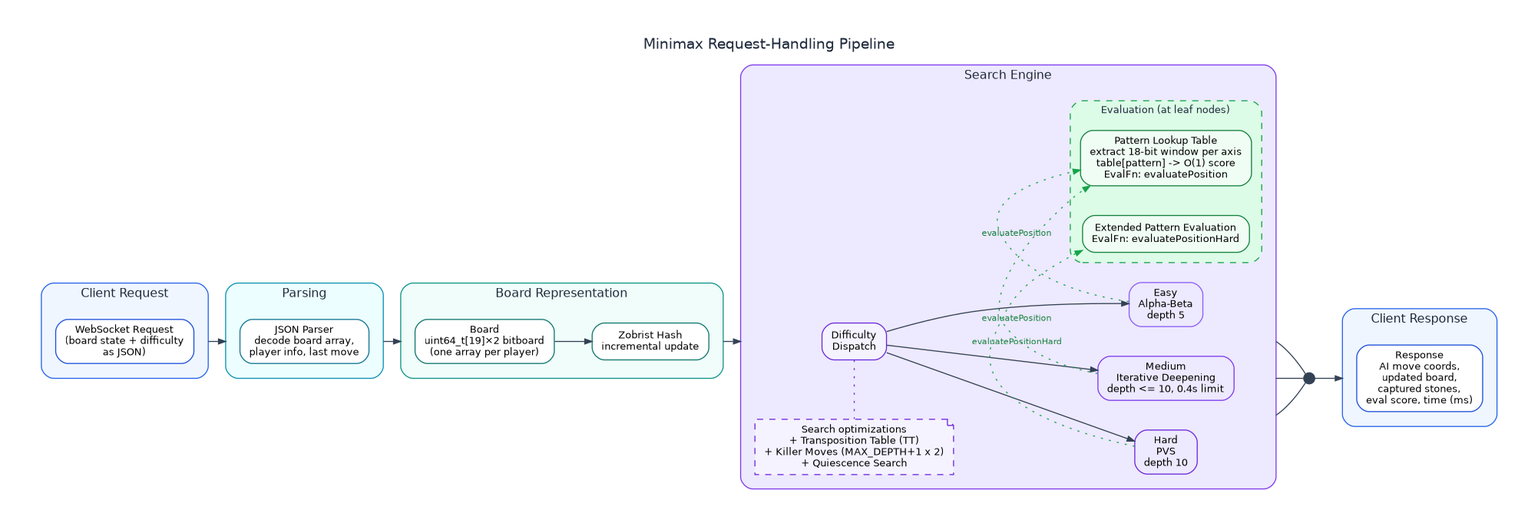
The Graphviz diagram front/public/images/diagrams/DIAGRAM_06.png in woolimi/gomoku, before a commit. Its source is kept beside it as front/public/images/diagrams/DIAGRAM_06.dot. The source it was exported from:
```dot
digraph MinimaxPipeline {
    rankdir=LR;
    graph [
        bgcolor="transparent"
        fontname="Helvetica"
        pad="0.45"
        nodesep="0.40"
        ranksep="0.50"
        compound=true
        newrank=true
        label="Minimax Request-Handling Pipeline"
        labelloc="t"
        labeljust="c"
        fontsize=14
        fontcolor="#1e293b"
    ];
    node [
        shape=box
        style="rounded,filled"
        fontname="Helvetica"
        fontsize=10
        margin="0.12,0.07"
        color="#334155"
        fillcolor="#ffffff"
    ];
    edge [
        color="#334155"
        arrowsize=0.7
        penwidth=1.0
        fontname="Helvetica"
        fontsize=9
    ];

    subgraph cluster_input {
        label="Client Request";
        fontsize=12;
        style="rounded";
        color="#2563eb";
        bgcolor="#eff6ff";
        margin=14;

        ws_req [label="WebSocket Request\n(board state + difficulty\nas JSON)", color="#1d4ed8", fillcolor="#ffffff"];
    }

    subgraph cluster_parse {
        label="Parsing";
        fontsize=12;
        style="rounded";
        color="#0891b2";
        bgcolor="#ecfeff";
        margin=14;

        json_parse [label="JSON Parser\ndecode board array,\nplayer info, last move", color="#0e7490", fillcolor="#ffffff"];
    }

    subgraph cluster_board {
        label="Board Representation";
        fontsize=12;
        style="rounded";
        color="#0d9488";
        bgcolor="#f0fdfa";
        margin=14;

        board [label="Board\nuint64_t[19]×2 bitboard\n(one array per player)", color="#0f766e", fillcolor="#ffffff"];
        zobrist [label="Zobrist Hash\nincremental update", color="#0f766e", fillcolor="#ffffff"];

        board -> zobrist;
    }

    subgraph cluster_search {
        label="Search Engine";
        fontsize=12;
        style="rounded";
        color="#7c3aed";
        bgcolor="#ede9fe";
        margin=14;

        diff_dispatch [label="Difficulty\nDispatch", color="#6d28d9", fillcolor="#f5f3ff"];

        easy [label="Easy\nAlpha-Beta\ndepth 5", color="#8b5cf6", fillcolor="#ede9fe"];
        medium [label="Medium\nIterative Deepening\ndepth <= 10, 0.4s limit", color="#7c3aed", fillcolor="#ede9fe"];
        hard [label="Hard\nPVS\ndepth 10", color="#6d28d9", fillcolor="#ede9fe"];

        diff_dispatch -> easy;
        diff_dispatch -> medium;
        diff_dispatch -> hard;

        search_opts [shape=note, style="dashed,filled", color="#6d28d9", fillcolor="#f5f3ff",
            label="Search optimizations\n+ Transposition Table (TT)\n+ Killer Moves (MAX_DEPTH+1 x 2)\n+ Quiescence Search"];
        diff_dispatch -> search_opts [arrowhead=none, style=dotted, color="#6d28d9", constraint=false];

        subgraph cluster_eval {
            label="Evaluation (at leaf nodes)";
            fontsize=10;
            style="rounded,dashed";
            color="#16a34a";
            bgcolor="#dcfce7";
            margin=10;

            eval_std [label="Pattern Lookup Table\nextract 18-bit window per axis\ntable[pattern] -> O(1) score\nEvalFn: evaluatePosition", color="#15803d", fillcolor="#f0fdf4"];
            eval_hard [label="Extended Pattern Evaluation\nEvalFn: evaluatePositionHard", color="#15803d", fillcolor="#f0fdf4"];
        }

        easy -> eval_std [style=dotted, color="#16a34a", fontcolor="#15803d", label="evaluatePosition", fontsize=8, constraint=false];
        medium -> eval_std [style=dotted, color="#16a34a", fontcolor="#15803d", label="evaluatePosition", fontsize=8, constraint=false];
        hard -> eval_hard [style=dotted, color="#16a34a", fontcolor="#15803d", label="evaluatePositionHard", fontsize=8, constraint=false];

        { rank=same; easy; medium; hard; eval_std; eval_hard; }
        { rank=same; diff_dispatch; search_opts; }
    }

    subgraph cluster_output {
        label="Client Response";
        fontsize=12;
        style="rounded";
        color="#2563eb";
        bgcolor="#eff6ff";
        margin=14;

        response [label="Response\nAI move coords,\nupdated board,\ncaptured stones,\neval score, time (ms)", color="#1d4ed8", fillcolor="#ffffff"];
    }

    ws_req -> json_parse [ltail=cluster_input, lhead=cluster_parse];
    json_parse -> board [ltail=cluster_parse, lhead=cluster_board];
    zobrist -> diff_dispatch [ltail=cluster_board, lhead=cluster_search];

    merge [shape=point, width=0.15, label="", color="#334155", fillcolor="#334155"];
    easy -> merge [ltail=cluster_search, dir=none];
    medium -> merge [ltail=cluster_search, dir=none];
    hard -> merge [ltail=cluster_search, dir=none];
    merge -> response [lhead=cluster_output];
}
```
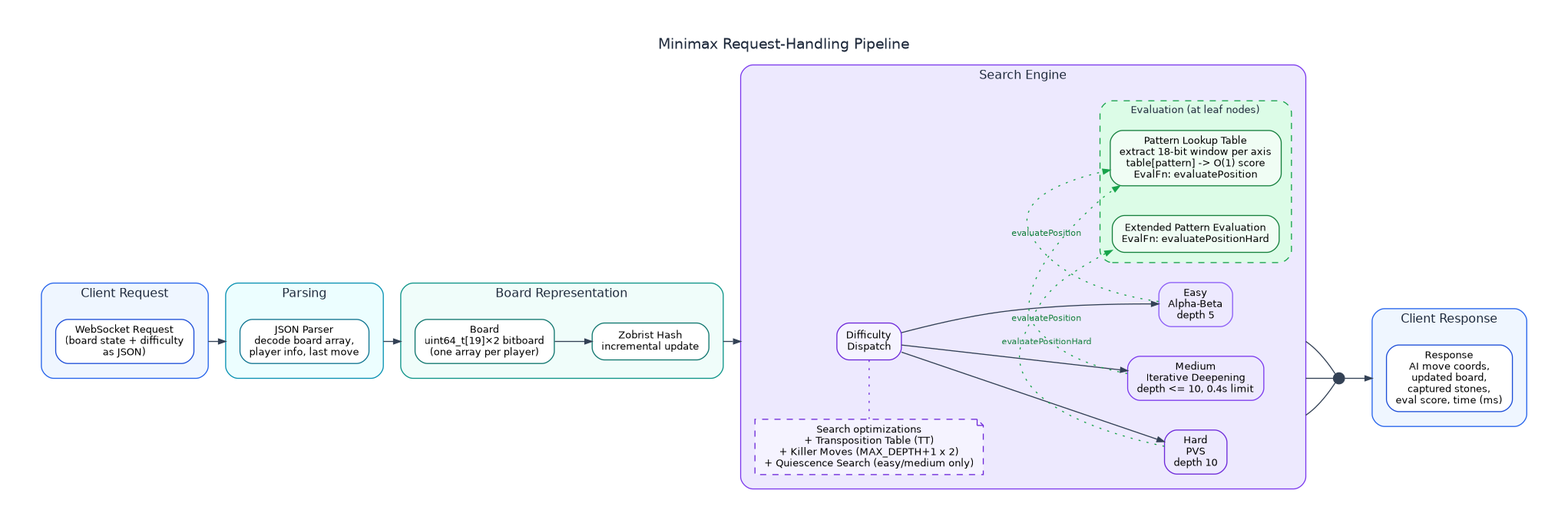
The same file after the commit.

The edit, as a diff of the source:
```diff
@@ -86,7 +86,7 @@
         diff_dispatch -> hard;
 
         search_opts [shape=note, style="dashed,filled", color="#6d28d9", fillcolor="#f5f3ff",
-            label="Search optimizations\n+ Transposition Table (TT)\n+ Killer Moves (MAX_DEPTH+1 x 2)\n+ Quiescence Search"];
+            label="Search optimizations\n+ Transposition Table (TT)\n+ Killer Moves (MAX_DEPTH+1 x 2)\n+ Quiescence Search (easy/medium only)"];
         diff_dispatch -> search_opts [arrowhead=none, style=dotted, color="#6d28d9", constraint=false];
 
         subgraph cluster_eval {
```
